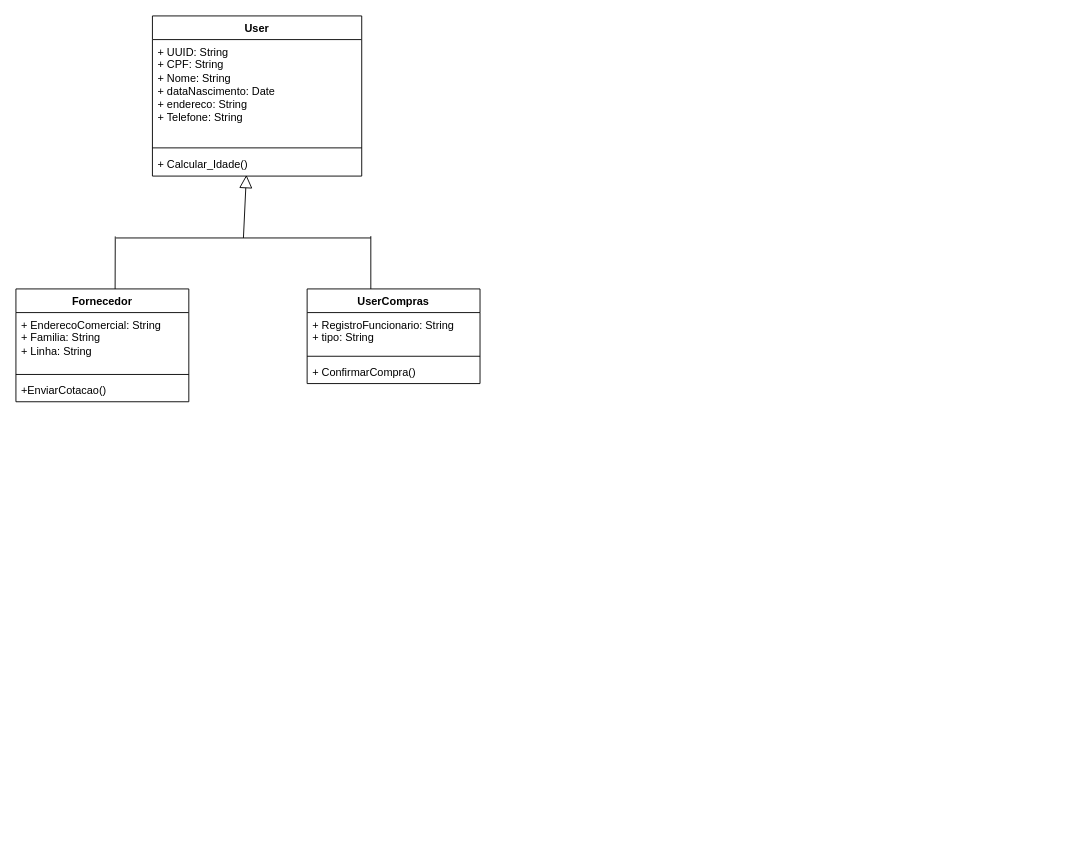
Earlier version of the draw.io diagram Fatec/3 Semestre/DiagramaClasse.drawio (Dutrak/Diagrams). Source tidied: cells renumbered, new cells numbered last; positions are measured from the earlier drawing's top-left corner, leaving out a move shared by most shapes. Both pictures are drawn from the tidied source at 91%, with x=0, y=0 at pixel (15, 15).
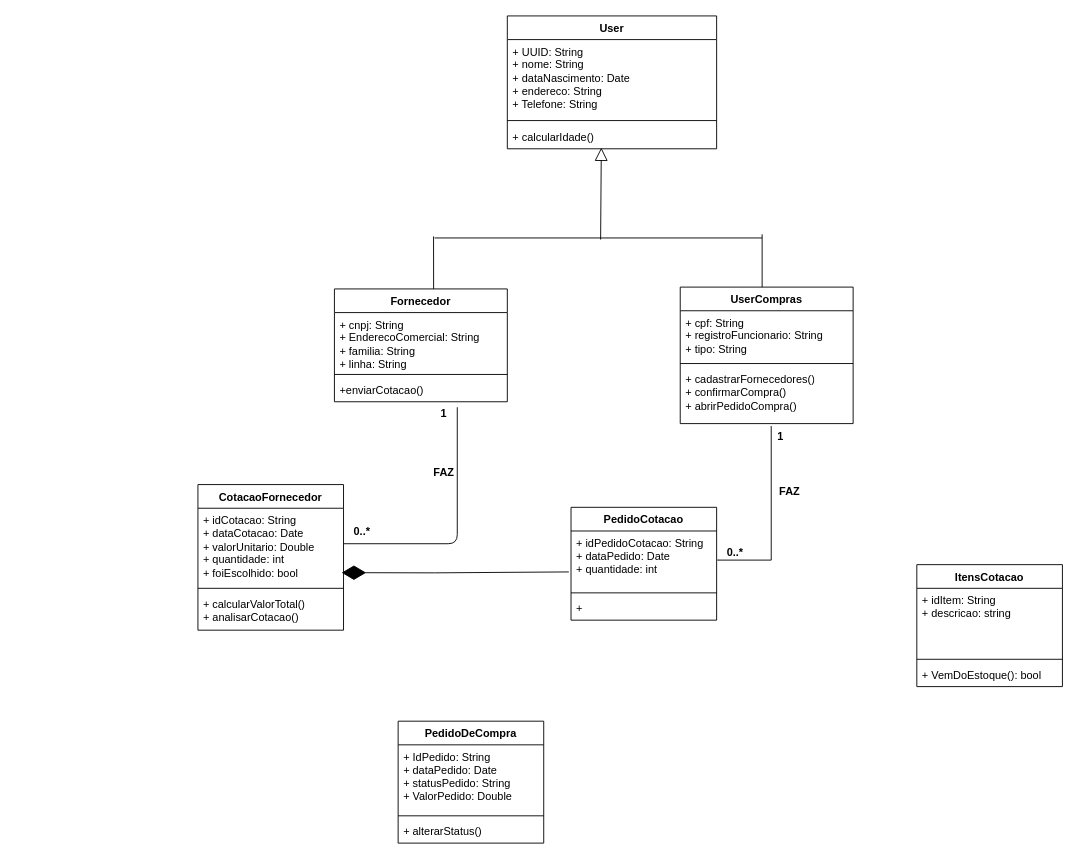
Above is the later version.

Change to the diagram source:
```diff
@@
     <mxCell id="2" value="User" style="swimlane;fontStyle=1;align=center;verticalAlign=top;horizontal=1;startSize=26;whiteSpace=wrap;html=1;swimlaneLine=1;fillColor=default;swimlaneFillColor=default;" parent="1" vertex="1">
-      <mxGeometry x="150" width="230" height="176" as="geometry" />
+      <mxGeometry x="540" width="230" height="146" as="geometry" />
     </mxCell>
-    <mxCell id="3" value="+ UUID: String&lt;br&gt;+ CPF: String&lt;br style=&quot;border-color: var(--border-color);&quot;&gt;+ Nome: String&lt;br style=&quot;border-color: var(--border-color);&quot;&gt;+ dataNascimento: Date&lt;br style=&quot;border-color: var(--border-color);&quot;&gt;+ endereco: String&lt;br&gt;+ Telefone: String" style="text;strokeColor=none;fillColor=none;align=left;verticalAlign=top;spacingLeft=4;spacingRight=4;overflow=hidden;whiteSpace=wrap;html=1;" parent="2" vertex="1">
-      <mxGeometry y="26" width="230" height="114" as="geometry" />
+    <mxCell id="3" value="+ UUID: String&lt;br style=&quot;border-color: var(--border-color);&quot;&gt;+ nome: String&lt;br style=&quot;border-color: var(--border-color);&quot;&gt;+ dataNascimento: Date&lt;br style=&quot;border-color: var(--border-color);&quot;&gt;+ endereco: String&lt;br&gt;+ Telefone: String" style="text;strokeColor=none;fillColor=none;align=left;verticalAlign=top;spacingLeft=4;spacingRight=4;overflow=hidden;whiteSpace=wrap;html=1;" parent="2" vertex="1">
+      <mxGeometry y="26" width="230" height="84" as="geometry" />
     </mxCell>
     <mxCell id="4" style="line;strokeWidth=1;fillColor=none;align=left;verticalAlign=middle;spacingTop=-1;spacingLeft=3;spacingRight=3;labelPosition=right;strokeColor=default;shadow=0;perimeterSpacing=0;" parent="2" vertex="1">
-      <mxGeometry y="140" width="230" height="10" as="geometry" />
+      <mxGeometry y="110" width="230" height="10" as="geometry" />
     </mxCell>
-    <mxCell id="5" value="+ Calcular_Idade()" style="text;strokeColor=none;fillColor=none;align=left;verticalAlign=top;spacingLeft=4;spacingRight=4;overflow=hidden;points=[[0,0.5],[1,0.5]];portConstraint=eastwest;whiteSpace=wrap;html=1;" parent="2" vertex="1">
-      <mxGeometry y="150" width="230" height="26" as="geometry" />
+    <mxCell id="5" value="+ calcularIdade()" style="text;strokeColor=none;fillColor=none;align=left;verticalAlign=top;spacingLeft=4;spacingRight=4;overflow=hidden;points=[[0,0.5],[1,0.5]];portConstraint=eastwest;whiteSpace=wrap;html=1;" parent="2" vertex="1">
+      <mxGeometry y="120" width="230" height="26" as="geometry" />
     </mxCell>
     <mxCell id="6" value="UserCompras" style="swimlane;fontStyle=1;align=center;verticalAlign=top;horizontal=1;startSize=26;whiteSpace=wrap;html=1;fillColor=default;swimlaneFillColor=default;" parent="1" vertex="1">
-      <mxGeometry x="320" y="300" width="190" height="104" as="geometry" />
+      <mxGeometry x="730" y="298" width="190" height="150" as="geometry" />
     </mxCell>
-    <mxCell id="7" value="+ RegistroFuncionario: String&lt;br&gt;+ tipo: String" style="text;strokeColor=none;fillColor=none;align=left;verticalAlign=top;spacingLeft=4;spacingRight=4;overflow=hidden;whiteSpace=wrap;html=1;" parent="6" vertex="1">
-      <mxGeometry y="26" width="190" height="44" as="geometry" />
+    <mxCell id="7" value="+ cpf: String&lt;br&gt;+ registroFuncionario: String&lt;br&gt;+ tipo: String" style="text;strokeColor=none;fillColor=none;align=left;verticalAlign=top;spacingLeft=4;spacingRight=4;overflow=hidden;whiteSpace=wrap;html=1;" parent="6" vertex="1">
+      <mxGeometry y="26" width="190" height="54" as="geometry" />
     </mxCell>
     <mxCell id="8" style="line;strokeWidth=1;fillColor=none;align=left;verticalAlign=middle;spacingTop=-1;spacingLeft=3;spacingRight=3;labelPosition=right;strokeColor=inherit;" parent="6" vertex="1">
-      <mxGeometry y="70" width="190" height="8" as="geometry" />
+      <mxGeometry y="80" width="190" height="8" as="geometry" />
     </mxCell>
-    <mxCell id="9" value="+ ConfirmarCompra()" style="text;strokeColor=none;fillColor=none;align=left;verticalAlign=top;spacingLeft=4;spacingRight=4;overflow=hidden;whiteSpace=wrap;html=1;" parent="6" vertex="1">
-      <mxGeometry y="78" width="190" height="26" as="geometry" />
+    <mxCell id="9" value="+ cadastrarFornecedores()&lt;br&gt;+ confirmarCompra()&lt;br&gt;+ abrirPedidoCompra()" style="text;strokeColor=none;fillColor=none;align=left;verticalAlign=top;spacingLeft=4;spacingRight=4;overflow=hidden;whiteSpace=wrap;html=1;" parent="6" vertex="1">
+      <mxGeometry y="88" width="190" height="62" as="geometry" />
     </mxCell>
     <mxCell id="10" value="Fornecedor" style="swimlane;fontStyle=1;align=center;verticalAlign=top;horizontal=1;startSize=26;whiteSpace=wrap;html=1;swimlaneFillColor=default;gradientColor=none;" parent="1" vertex="1">
-      <mxGeometry y="300" width="190" height="124" as="geometry" />
+      <mxGeometry x="350" y="300" width="190" height="124" as="geometry" />
     </mxCell>
-    <mxCell id="11" value="+ EnderecoComercial: String&lt;br&gt;+ Familia: String&lt;br&gt;+ Linha: String" style="text;strokeColor=none;fillColor=none;align=left;verticalAlign=top;spacingLeft=4;spacingRight=4;overflow=hidden;whiteSpace=wrap;html=1;" parent="10" vertex="1">
+    <mxCell id="11" value="+ cnpj: String&lt;br&gt;+ EnderecoComercial: String&lt;br&gt;+ familia: String&lt;br&gt;+ linha: String" style="text;strokeColor=none;fillColor=none;align=left;verticalAlign=top;spacingLeft=4;spacingRight=4;overflow=hidden;whiteSpace=wrap;html=1;" parent="10" vertex="1">
       <mxGeometry y="26" width="190" height="64" as="geometry" />
     </mxCell>
@@
-    <mxCell id="13" value="+EnviarCotacao()" style="text;strokeColor=none;fillColor=none;align=left;verticalAlign=top;spacingLeft=4;spacingRight=4;overflow=hidden;whiteSpace=wrap;html=1;" parent="10" vertex="1">
+    <mxCell id="13" value="+enviarCotacao()" style="text;strokeColor=none;fillColor=none;align=left;verticalAlign=top;spacingLeft=4;spacingRight=4;overflow=hidden;whiteSpace=wrap;html=1;" parent="10" vertex="1">
       <mxGeometry y="98" width="190" height="26" as="geometry" />
     </mxCell>
     <mxCell id="14" style="line;strokeWidth=1;fillColor=none;align=left;verticalAlign=middle;spacingTop=-1;spacingLeft=3;spacingRight=3;labelPosition=right;points=[];portConstraint=eastwest;strokeColor=inherit;" parent="1" vertex="1">
-      <mxGeometry x="110" y="240" width="280" height="8" as="geometry" />
+      <mxGeometry x="460" y="240" width="360" height="8" as="geometry" />
     </mxCell>
     <mxCell id="15" style="endArrow=none;html=1;rounded=0;entryX=-0.003;entryY=0.292;entryDx=0;entryDy=0;entryPerimeter=0;" parent="1" edge="1" target="14">
       <mxGeometry relative="1" as="geometry">
-        <mxPoint x="109" y="300" as="sourcePoint" />
+        <mxPoint x="459" y="300" as="sourcePoint" />
       </mxGeometry>
     </mxCell>
     <mxCell id="16" style="endArrow=none;html=1;rounded=0;" parent="1" edge="1">
       <mxGeometry relative="1" as="geometry">
-        <mxPoint x="390" y="300" as="sourcePoint" />
-        <mxPoint x="390" y="242" as="targetPoint" />
+        <mxPoint x="820" y="298" as="sourcePoint" />
+        <mxPoint x="820" y="240" as="targetPoint" />
       </mxGeometry>
     </mxCell>
-    <mxCell id="17" style="endArrow=block;endFill=0;html=1;rounded=0;endSize=12;entryX=0.449;entryY=0.953;entryDx=0;entryDy=0;entryPerimeter=0;" parent="1" edge="1" target="5">
-      <mxGeometry relative="1" as="geometry">
-        <mxPoint x="250" y="244" as="sourcePoint" />
-      </mxGeometry>
+    <mxCell id="17" style="endArrow=block;endFill=0;html=1;rounded=0;endSize=12;entryX=0.449;entryY=0.953;entryDx=0;entryDy=0;entryPerimeter=0;exitX=0.507;exitY=0.717;exitDx=0;exitDy=0;exitPerimeter=0;" parent="1" edge="1" source="14" target="5">
+      <mxGeometry relative="1" as="geometry" />
     </mxCell>
+    <mxCell id="18" value="PedidoDeCompra" style="swimlane;fontStyle=1;align=center;verticalAlign=top;horizontal=1;startSize=26;whiteSpace=wrap;html=1;" parent="1" vertex="1">
+      <mxGeometry x="420" y="775" width="160" height="134" as="geometry" />
+    </mxCell>
+    <mxCell id="19" value="+ IdPedido: String&lt;br&gt;+ dataPedido: Date&lt;br&gt;+ statusPedido: String&lt;br&gt;+ ValorPedido: Double" style="text;strokeColor=none;fillColor=none;align=left;verticalAlign=top;spacingLeft=4;spacingRight=4;overflow=hidden;whiteSpace=wrap;html=1;" parent="18" vertex="1">
+      <mxGeometry y="26" width="160" height="74" as="geometry" />
+    </mxCell>
+    <mxCell id="20" style="line;strokeWidth=1;fillColor=none;align=left;verticalAlign=middle;spacingTop=-1;spacingLeft=3;spacingRight=3;labelPosition=right;strokeColor=inherit;" parent="18" vertex="1">
+      <mxGeometry y="100" width="160" height="8" as="geometry" />
+    </mxCell>
+    <mxCell id="21" value="+ alterarStatus()" style="text;strokeColor=none;fillColor=none;align=left;verticalAlign=top;spacingLeft=4;spacingRight=4;overflow=hidden;whiteSpace=wrap;html=1;" parent="18" vertex="1">
+      <mxGeometry y="108" width="160" height="26" as="geometry" />
+    </mxCell>
+    <mxCell id="22" value="CotacaoFornecedor" style="swimlane;fontStyle=1;align=center;verticalAlign=top;horizontal=1;startSize=26;whiteSpace=wrap;html=1;" parent="1" vertex="1">
+      <mxGeometry x="200" y="515" width="160" height="160" as="geometry" />
+    </mxCell>
+    <mxCell id="23" value="+ idCotacao: String&lt;br&gt;+ dataCotacao: Date&lt;br&gt;+ valorUnitario: Double&lt;br&gt;+ quantidade: int&lt;br&gt;+ foiEscolhido: bool" style="text;strokeColor=none;fillColor=none;align=left;verticalAlign=top;spacingLeft=4;spacingRight=4;overflow=hidden;points=[[0,0.5],[1,0.5]];portConstraint=eastwest;whiteSpace=wrap;html=1;" parent="22" vertex="1">
+      <mxGeometry y="26" width="160" height="84" as="geometry" />
+    </mxCell>
+    <mxCell id="24" style="line;strokeWidth=1;fillColor=none;align=left;verticalAlign=middle;spacingTop=-1;spacingLeft=3;spacingRight=3;labelPosition=right;strokeColor=inherit;" parent="22" vertex="1">
+      <mxGeometry y="110" width="160" height="8" as="geometry" />
+    </mxCell>
+    <mxCell id="25" value="+ calcularValorTotal()&lt;br&gt;+ analisarCotacao()" style="text;strokeColor=none;fillColor=none;align=left;verticalAlign=top;spacingLeft=4;spacingRight=4;overflow=hidden;whiteSpace=wrap;html=1;" parent="22" vertex="1">
+      <mxGeometry y="118" width="160" height="42" as="geometry" />
+    </mxCell>
+    <mxCell id="26" value="PedidoCotacao" style="swimlane;fontStyle=1;align=center;verticalAlign=top;horizontal=1;startSize=26;whiteSpace=wrap;html=1;" parent="1" vertex="1">
+      <mxGeometry x="610" y="540" width="160" height="124" as="geometry" />
+    </mxCell>
+    <mxCell id="27" value="+ idPedidoCotacao: String&lt;br&gt;+ dataPedido: Date&lt;br&gt;+ quantidade: int" style="text;strokeColor=none;fillColor=none;align=left;verticalAlign=top;spacingLeft=4;spacingRight=4;overflow=hidden;points=[[0,0.5],[1,0.5]];portConstraint=eastwest;whiteSpace=wrap;html=1;" parent="26" vertex="1">
+      <mxGeometry y="26" width="160" height="64" as="geometry" />
+    </mxCell>
+    <mxCell id="28" style="line;strokeWidth=1;fillColor=none;align=left;verticalAlign=middle;spacingTop=-1;spacingLeft=3;spacingRight=3;labelPosition=right;strokeColor=inherit;" parent="26" vertex="1">
+      <mxGeometry y="90" width="160" height="8" as="geometry" />
+    </mxCell>
+    <mxCell id="29" value="+&amp;nbsp;" style="text;strokeColor=none;fillColor=none;align=left;verticalAlign=top;spacingLeft=4;spacingRight=4;overflow=hidden;whiteSpace=wrap;html=1;" parent="26" vertex="1">
+      <mxGeometry y="98" width="160" height="26" as="geometry" />
+    </mxCell>
+    <mxCell id="30" value="ItensCotacao" style="swimlane;fontStyle=1;align=center;verticalAlign=top;horizontal=1;startSize=26;whiteSpace=wrap;html=1;" parent="1" vertex="1">
+      <mxGeometry x="990" y="603" width="160" height="134" as="geometry" />
+    </mxCell>
+    <mxCell id="31" value="+ idItem: String&lt;br&gt;+ descricao: string" style="text;strokeColor=none;fillColor=none;align=left;verticalAlign=top;spacingLeft=4;spacingRight=4;overflow=hidden;whiteSpace=wrap;html=1;" parent="30" vertex="1">
+      <mxGeometry y="26" width="160" height="74" as="geometry" />
+    </mxCell>
+    <mxCell id="32" style="line;strokeWidth=1;fillColor=none;align=left;verticalAlign=middle;spacingTop=-1;spacingLeft=3;spacingRight=3;labelPosition=right;strokeColor=inherit;" parent="30" vertex="1">
+      <mxGeometry y="100" width="160" height="8" as="geometry" />
+    </mxCell>
+    <mxCell id="33" value="+ VemDoEstoque(): bool" style="text;strokeColor=none;fillColor=none;align=left;verticalAlign=top;spacingLeft=4;spacingRight=4;overflow=hidden;whiteSpace=wrap;html=1;" parent="30" vertex="1">
+      <mxGeometry y="108" width="160" height="26" as="geometry" />
+    </mxCell>
+    <mxCell id="34" style="endArrow=none;endFill=0;endSize=12;html=1;rounded=1;edgeStyle=orthogonalEdgeStyle;" parent="1" edge="1" target="23">
+      <mxGeometry relative="1" as="geometry">
+        <mxPoint x="485" y="430" as="sourcePoint" />
+        <Array as="points">
+          <mxPoint x="485" y="580" />
+        </Array>
+      </mxGeometry>
+    </mxCell>
+    <mxCell id="35" style="endArrow=diamondThin;endFill=1;endSize=24;html=1;rounded=0;exitX=-0.015;exitY=0.703;exitDx=0;exitDy=0;entryX=0.987;entryY=0.843;entryDx=0;entryDy=0;entryPerimeter=0;exitPerimeter=0;" parent="1" edge="1" source="27" target="23">
+      <mxGeometry relative="1" as="geometry">
+        <Array as="points">
+          <mxPoint x="460" y="612" />
+        </Array>
+      </mxGeometry>
+    </mxCell>
+    <mxCell id="36" value="1" style="text;align=center;fontStyle=1;verticalAlign=middle;spacingLeft=3;spacingRight=3;strokeColor=none;html=1;" parent="1" vertex="1">
+      <mxGeometry x="430" y="424" width="80" height="26" as="geometry" />
+    </mxCell>
+    <mxCell id="37" value="0..*" style="text;align=center;fontStyle=1;verticalAlign=middle;spacingLeft=3;spacingRight=3;strokeColor=none;html=1;" parent="1" vertex="1">
+      <mxGeometry x="340" y="554" width="80" height="26" as="geometry" />
+    </mxCell>
+    <mxCell id="38" value="FAZ" style="text;align=center;fontStyle=1;verticalAlign=middle;spacingLeft=3;spacingRight=3;strokeColor=none;html=1;" parent="1" vertex="1">
+      <mxGeometry x="430" y="489" width="80" height="26" as="geometry" />
+    </mxCell>
+    <mxCell id="39" style="endArrow=open;endFill=0;endSize=0;html=1;rounded=0;edgeStyle=orthogonalEdgeStyle;startArrow=openThin;startFill=0;startSize=0;" parent="1" edge="1" target="27">
+      <mxGeometry relative="1" as="geometry">
+        <mxPoint x="830" y="450" as="sourcePoint" />
+        <Array as="points">
+          <mxPoint x="830" y="598" />
+        </Array>
+      </mxGeometry>
+    </mxCell>
+    <mxCell id="40" value="1" style="text;align=center;fontStyle=1;verticalAlign=middle;spacingLeft=3;spacingRight=3;strokeColor=none;html=1;" parent="1" vertex="1">
+      <mxGeometry x="800" y="450" width="80" height="26" as="geometry" />
+    </mxCell>
+    <mxCell id="41" value="FAZ" style="text;align=center;fontStyle=1;verticalAlign=middle;spacingLeft=3;spacingRight=3;strokeColor=none;html=1;" parent="1" vertex="1">
+      <mxGeometry x="810" y="510" width="80" height="26" as="geometry" />
+    </mxCell>
+    <mxCell id="42" value="0..*" style="text;align=center;fontStyle=1;verticalAlign=middle;spacingLeft=3;spacingRight=3;strokeColor=none;html=1;" parent="1" vertex="1">
+      <mxGeometry x="750" y="577" width="80" height="26" as="geometry" />
+    </mxCell>
```
